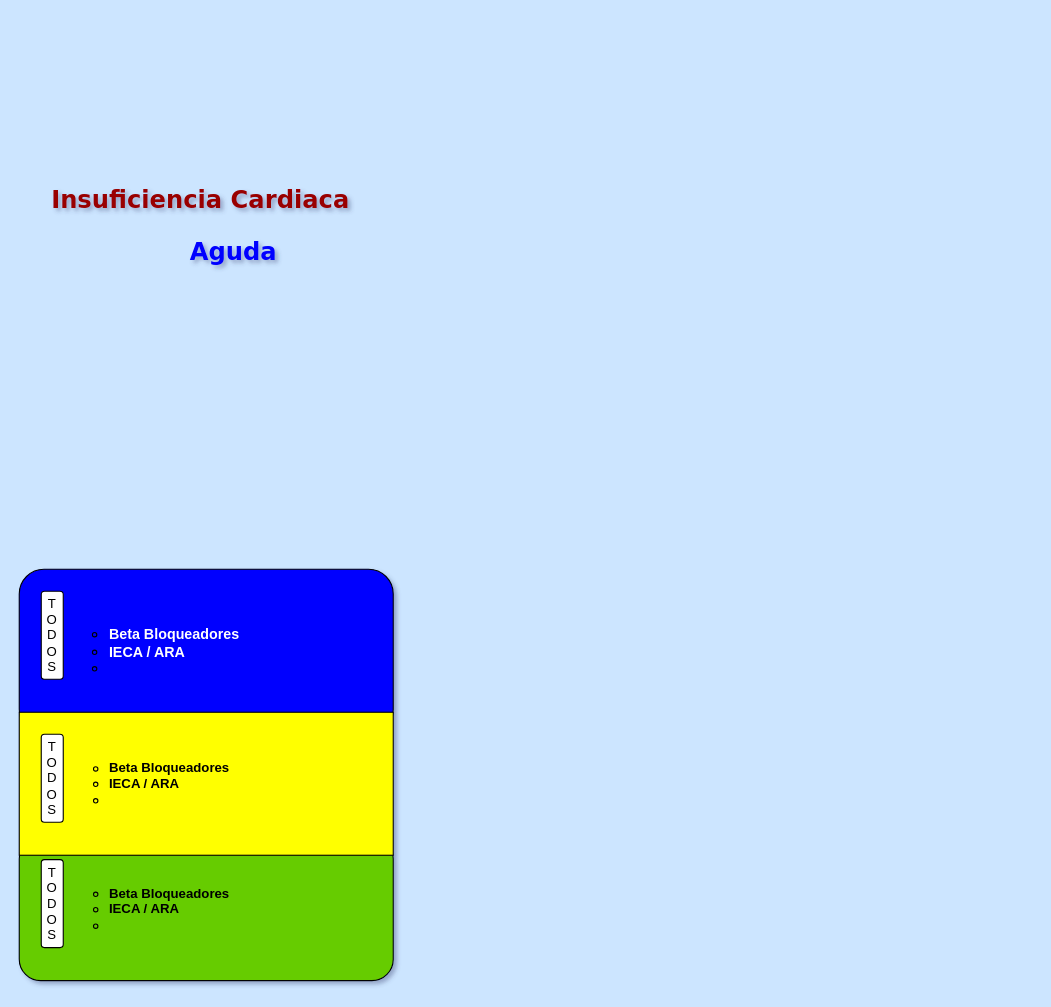
Earlier version of the draw.io diagram Cardio 2.drawio (Santicabal/Apuntes). Source tidied: cells renumbered, new cells numbered last; positions are measured from the earlier drawing's top-left corner, leaving out a move shared by most shapes. Both pictures are drawn from the tidied source at 110%, with x=0, y=0 at pixel (19, 184). Pictures stored in the file or linked from it are replaced by grey dashed boxes.
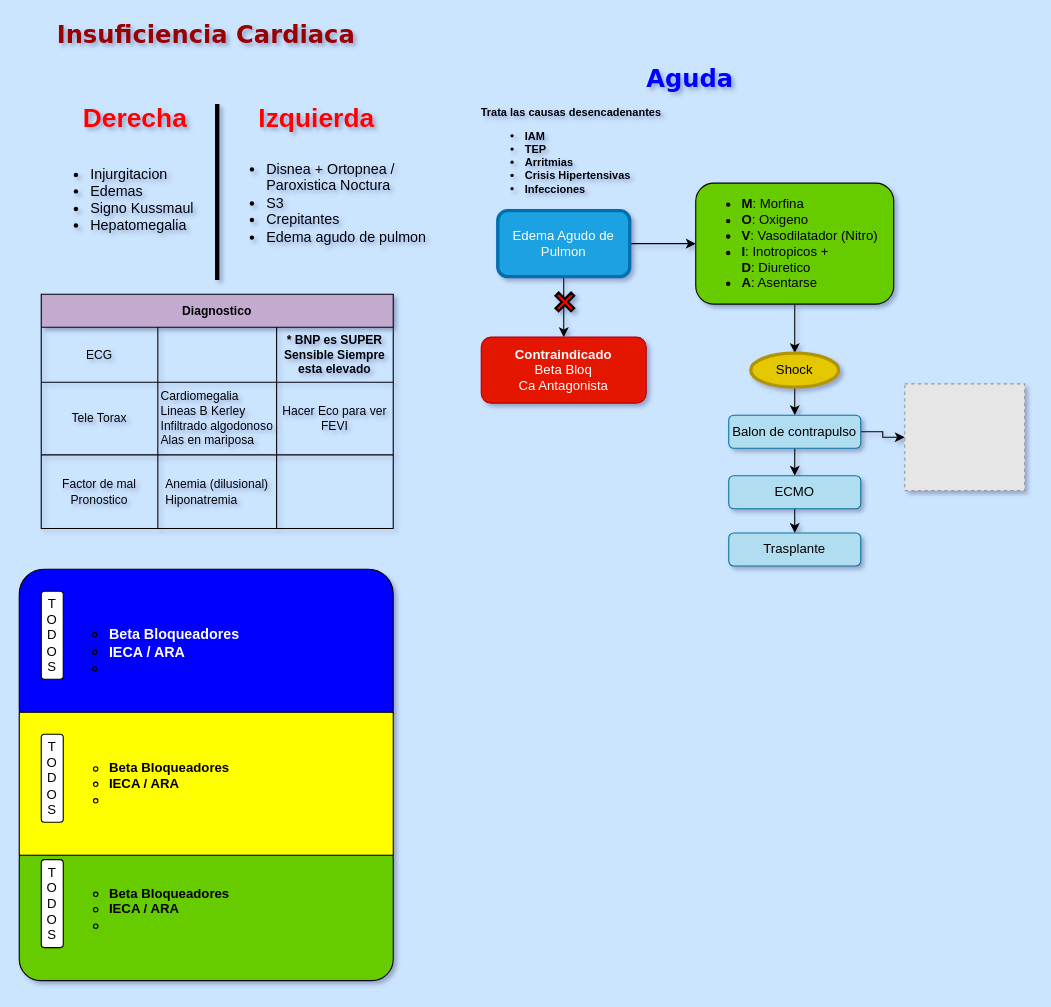
The same page after the edit.

What changed in the source:
```diff
@@
     <mxCell id="8" value="&lt;font color=&quot;#0000ff&quot;&gt;Aguda&lt;/font&gt;" style="text;html=1;strokeColor=none;fillColor=none;align=center;verticalAlign=middle;whiteSpace=wrap;rounded=0;fontFamily=Verdana;fontSize=22;fontStyle=1;fontColor=#990000;" parent="1" vertex="1">
-      <mxGeometry x="50" y="47" width="290" height="30" as="geometry" />
+      <mxGeometry x="465" y="-110" width="290" height="30" as="geometry" />
     </mxCell>
     <mxCell id="9" value="Insuficiencia Cardiaca" style="text;html=1;strokeColor=none;fillColor=none;align=center;verticalAlign=middle;whiteSpace=wrap;rounded=0;fontFamily=Verdana;fontSize=22;fontStyle=1;fontColor=#990000;" parent="1" vertex="1">
-      <mxGeometry x="20" width="290" height="30" as="geometry" />
+      <mxGeometry x="25" y="-150" width="290" height="30" as="geometry" />
     </mxCell>
+    <mxCell id="10" style="line;strokeWidth=4;direction=south;html=1;perimeter=backbonePerimeter;fontColor=#FF0000;" parent="1" vertex="1">
+      <mxGeometry x="175" y="-73" width="10" height="160" as="geometry" />
+    </mxCell>
+    <mxCell id="11" value="Izquierda" style="text;strokeColor=none;fillColor=none;html=1;fontSize=24;fontStyle=1;verticalAlign=middle;align=center;fontColor=#FF0000;" parent="1" vertex="1">
+      <mxGeometry x="220" y="-80" width="100" height="40" as="geometry" />
+    </mxCell>
+    <mxCell id="12" value="Derecha" style="text;strokeColor=none;fillColor=none;html=1;fontSize=24;fontStyle=1;verticalAlign=middle;align=center;fontColor=#FF0000;" parent="1" vertex="1">
+      <mxGeometry x="55" y="-80" width="100" height="40" as="geometry" />
+    </mxCell>
+    <mxCell id="13" value="&lt;ul style=&quot;font-size: 13px;&quot;&gt;&lt;li style=&quot;font-size: 13px;&quot;&gt;&lt;span style=&quot;background-color: initial; font-size: 13px;&quot;&gt;Injurgitacion&lt;/span&gt;&lt;/li&gt;&lt;li style=&quot;font-size: 13px;&quot;&gt;&lt;span style=&quot;background-color: initial; font-size: 13px;&quot;&gt;Edemas&lt;/span&gt;&lt;br style=&quot;font-size: 13px;&quot;&gt;&lt;/li&gt;&lt;li style=&quot;font-size: 13px;&quot;&gt;Signo Kussmaul&lt;/li&gt;&lt;li style=&quot;font-size: 13px;&quot;&gt;Hepatomegalia&lt;/li&gt;&lt;/ul&gt;" style="text;strokeColor=none;fillColor=none;html=1;whiteSpace=wrap;verticalAlign=middle;overflow=hidden;fontSize=13;spacing=0;spacingBottom=20;spacingTop=20;" parent="1" vertex="1">
+      <mxGeometry x="25" y="-50" width="150" height="120" as="geometry" />
+    </mxCell>
+    <mxCell id="14" value="&lt;ul style=&quot;font-size: 13px;&quot;&gt;&lt;li style=&quot;font-size: 13px;&quot;&gt;Disnea + Ortopnea / Paroxistica Noctura&lt;/li&gt;&lt;li style=&quot;font-size: 13px;&quot;&gt;S3&lt;/li&gt;&lt;li style=&quot;font-size: 13px;&quot;&gt;Crepitantes&lt;/li&gt;&lt;li style=&quot;font-size: 13px;&quot;&gt;Edema agudo de pulmon&lt;/li&gt;&lt;/ul&gt;" style="text;strokeColor=none;fillColor=none;html=1;whiteSpace=wrap;verticalAlign=middle;overflow=hidden;fontSize=13;spacing=0;spacingBottom=20;spacingTop=20;" parent="1" vertex="1">
+      <mxGeometry x="185" y="-55" width="200" height="130" as="geometry" />
+    </mxCell>
+    <mxCell id="15" value="Diagnostico" style="shape=table;startSize=30;childLayout=tableLayout;strokeColor=default;fontSize=11;fillColor=#C3ABD0;fontStyle=1;" parent="1" vertex="1">
+      <mxGeometry x="20" y="100" width="320" height="213" as="geometry" />
+    </mxCell>
+    <mxCell id="16" style="shape=tableRow;horizontal=0;startSize=0;swimlaneHead=0;swimlaneBody=0;strokeColor=inherit;top=0;left=0;bottom=0;right=0;fillColor=none;fontSize=11;" parent="15" vertex="1">
+      <mxGeometry y="30" width="320" height="50" as="geometry" />
+    </mxCell>
+    <mxCell id="17" value="ECG" style="shape=partialRectangle;html=1;whiteSpace=wrap;strokeColor=inherit;overflow=hidden;fillColor=none;top=0;left=0;bottom=0;right=0;fontSize=11;align=center;" parent="16" vertex="1">
+      <mxGeometry width="106" height="50" as="geometry" />
+    </mxCell>
+    <mxCell id="18" style="shape=partialRectangle;html=1;whiteSpace=wrap;strokeColor=inherit;overflow=hidden;fillColor=none;top=0;left=0;bottom=0;right=0;fontSize=11;" parent="16" vertex="1">
+      <mxGeometry x="106" width="108" height="50" as="geometry" />
+    </mxCell>
+    <mxCell id="19" value="&lt;b&gt;* BNP es SUPER Sensible Siempre esta elevado&lt;/b&gt;" style="shape=partialRectangle;html=1;whiteSpace=wrap;strokeColor=inherit;overflow=hidden;fillColor=none;top=0;left=0;bottom=0;right=0;fontSize=11;" parent="16" vertex="1">
+      <mxGeometry x="214" width="106" height="50" as="geometry" />
+    </mxCell>
+    <mxCell id="20" style="shape=tableRow;horizontal=0;startSize=0;swimlaneHead=0;swimlaneBody=0;strokeColor=inherit;top=0;left=0;bottom=0;right=0;fillColor=none;fontSize=11;" parent="15" vertex="1">
+      <mxGeometry y="80" width="320" height="66" as="geometry" />
+    </mxCell>
+    <mxCell id="21" value="Tele Torax" style="shape=partialRectangle;html=1;whiteSpace=wrap;strokeColor=inherit;overflow=hidden;fillColor=none;top=0;left=0;bottom=0;right=0;fontSize=11;align=center;" parent="20" vertex="1">
+      <mxGeometry width="106" height="66" as="geometry" />
+    </mxCell>
+    <mxCell id="22" value="&lt;div style=&quot;text-align: left;&quot;&gt;&lt;span style=&quot;background-color: initial;&quot;&gt;Cardiomegalia&lt;/span&gt;&lt;/div&gt;&lt;span style=&quot;background-color: initial;&quot;&gt;&lt;div style=&quot;text-align: left;&quot;&gt;&lt;span style=&quot;background-color: initial;&quot;&gt;Lineas B Kerley&lt;/span&gt;&lt;/div&gt;&lt;/span&gt;&lt;span style=&quot;background-color: initial;&quot;&gt;&lt;div style=&quot;text-align: left;&quot;&gt;&lt;span style=&quot;background-color: initial;&quot;&gt;Infiltrado algodonoso&lt;/span&gt;&lt;/div&gt;&lt;/span&gt;&lt;span style=&quot;background-color: initial;&quot;&gt;&lt;div style=&quot;text-align: left;&quot;&gt;&lt;span style=&quot;background-color: initial;&quot;&gt;Alas en mariposa&lt;/span&gt;&lt;/div&gt;&lt;/span&gt;" style="shape=partialRectangle;html=1;whiteSpace=wrap;strokeColor=inherit;overflow=hidden;fillColor=none;top=0;left=0;bottom=0;right=0;fontSize=11;" parent="20" vertex="1">
+      <mxGeometry x="106" width="108" height="66" as="geometry" />
+    </mxCell>
+    <mxCell id="23" value="Hacer Eco para ver FEVI" style="shape=partialRectangle;html=1;whiteSpace=wrap;strokeColor=inherit;overflow=hidden;fillColor=none;top=0;left=0;bottom=0;right=0;fontSize=11;" parent="20" vertex="1">
+      <mxGeometry x="214" width="106" height="66" as="geometry" />
+    </mxCell>
+    <mxCell id="24" style="shape=tableRow;horizontal=0;startSize=0;swimlaneHead=0;swimlaneBody=0;strokeColor=inherit;top=0;left=0;bottom=0;right=0;fillColor=none;fontSize=11;" parent="15" vertex="1">
+      <mxGeometry y="146" width="320" height="67" as="geometry" />
+    </mxCell>
+    <mxCell id="25" value="Factor de mal Pronostico" style="shape=partialRectangle;html=1;whiteSpace=wrap;strokeColor=inherit;overflow=hidden;fillColor=none;top=0;left=0;bottom=0;right=0;fontSize=11;" parent="24" vertex="1">
+      <mxGeometry width="106" height="67" as="geometry" />
+    </mxCell>
+    <mxCell id="26" value="Anemia (dilusional)&lt;br&gt;&lt;div style=&quot;text-align: left;&quot;&gt;&lt;span style=&quot;background-color: initial;&quot;&gt;Hiponatremia&lt;br&gt;&lt;/span&gt;&lt;/div&gt;" style="shape=partialRectangle;html=1;whiteSpace=wrap;strokeColor=inherit;overflow=hidden;fillColor=none;top=0;left=0;bottom=0;right=0;fontSize=11;" parent="24" vertex="1">
+      <mxGeometry x="106" width="108" height="67" as="geometry" />
+    </mxCell>
+    <mxCell id="27" style="shape=partialRectangle;html=1;whiteSpace=wrap;strokeColor=inherit;overflow=hidden;fillColor=none;top=0;left=0;bottom=0;right=0;fontSize=11;" parent="24" vertex="1">
+      <mxGeometry x="214" width="106" height="67" as="geometry" />
+    </mxCell>
+    <mxCell id="28" style="edgeStyle=orthogonalEdgeStyle;rounded=0;jettySize=auto;html=1;" parent="1" edge="1" source="30" target="32">
+      <mxGeometry relative="1" as="geometry" />
+    </mxCell>
+    <mxCell id="29" style="edgeStyle=orthogonalEdgeStyle;rounded=0;jettySize=auto;html=1;" parent="1" edge="1" source="30" target="33">
+      <mxGeometry relative="1" as="geometry" />
+    </mxCell>
+    <mxCell id="30" value="Edema Agudo de Pulmon" style="rounded=1;whiteSpace=wrap;html=1;strokeWidth=3;fillColor=#1ba1e2;fontColor=#ffffff;strokeColor=#006EAF;" parent="1" vertex="1">
+      <mxGeometry x="435" y="24" width="120" height="60" as="geometry" />
+    </mxCell>
+    <mxCell id="31" style="edgeStyle=orthogonalEdgeStyle;rounded=0;jettySize=auto;html=1;" parent="1" edge="1" source="32" target="36">
+      <mxGeometry relative="1" as="geometry" />
+    </mxCell>
+    <mxCell id="32" value="&lt;ul&gt;&lt;li&gt;&lt;b&gt;M&lt;/b&gt;: Morfina&lt;/li&gt;&lt;li&gt;&lt;b&gt;O&lt;/b&gt;: Oxigeno&lt;/li&gt;&lt;li&gt;&lt;b&gt;V&lt;/b&gt;: Vasodilatador (Nitro)&lt;/li&gt;&lt;li&gt;&lt;b&gt;I&lt;/b&gt;: Inotropicos +&lt;br&gt;&lt;div style=&quot;&quot;&gt;&lt;span style=&quot;background-color: initial;&quot;&gt;&lt;b&gt;D&lt;/b&gt;: Diuretico&lt;/span&gt;&lt;/div&gt;&lt;/li&gt;&lt;li&gt;&lt;div style=&quot;&quot;&gt;&lt;span style=&quot;background-color: initial;&quot;&gt;&lt;b&gt;A&lt;/b&gt;: Asentarse&lt;/span&gt;&lt;/div&gt;&lt;/li&gt;&lt;/ul&gt;" style="whiteSpace=wrap;html=1;rounded=1;align=left;fillColor=#66CC00;" parent="1" vertex="1">
+      <mxGeometry x="615" y="-1" width="180" height="110" as="geometry" />
+    </mxCell>
+    <mxCell id="33" value="&lt;b&gt;Contraindicado&lt;/b&gt;&lt;br&gt;Beta Bloq&lt;br&gt;Ca Antagonista" style="whiteSpace=wrap;html=1;rounded=1;fillColor=#e51400;fontColor=#ffffff;strokeColor=#B20000;" parent="1" vertex="1">
+      <mxGeometry x="420" y="139" width="150" height="60" as="geometry" />
+    </mxCell>
+    <mxCell id="34" style="shape=cross;whiteSpace=wrap;html=1;rotation=45;strokeWidth=2;fillColor=#FF0000;" parent="1" vertex="1">
+      <mxGeometry x="486" y="97" width="20" height="20" as="geometry" />
+    </mxCell>
+    <mxCell id="35" style="edgeStyle=orthogonalEdgeStyle;rounded=0;jettySize=auto;html=1;" parent="1" edge="1" source="36" target="40">
+      <mxGeometry relative="1" as="geometry" />
+    </mxCell>
+    <mxCell id="36" value="Shock" style="whiteSpace=wrap;html=1;align=center;rounded=1;shape=ellipse;perimeter=ellipsePerimeter;fillColor=#e3c800;fontColor=#000000;strokeColor=#B09500;strokeWidth=3;" parent="1" vertex="1">
+      <mxGeometry x="665" y="153.5" width="80" height="31" as="geometry" />
+    </mxCell>
+    <mxCell id="37" value="&lt;h1 style=&quot;font-size: 10px;&quot;&gt;Trata las causas desencadenantes&lt;br&gt;&lt;ul&gt;&lt;li&gt;IAM&lt;/li&gt;&lt;li&gt;TEP&lt;/li&gt;&lt;li&gt;Arritmias&lt;/li&gt;&lt;li&gt;Crisis Hipertensivas&lt;/li&gt;&lt;li&gt;Infecciones&lt;/li&gt;&lt;/ul&gt;&lt;/h1&gt;&lt;p&gt;&lt;br&gt;&lt;/p&gt;" style="text;html=1;strokeColor=none;fillColor=none;spacing=5;spacingTop=-20;whiteSpace=wrap;overflow=hidden;rounded=0;" parent="1" vertex="1">
+      <mxGeometry x="415" y="-68" width="180" height="80" as="geometry" />
+    </mxCell>
+    <mxCell id="38" style="edgeStyle=orthogonalEdgeStyle;rounded=0;jettySize=auto;html=1;" parent="1" edge="1" source="40" target="42">
+      <mxGeometry relative="1" as="geometry" />
+    </mxCell>
+    <mxCell id="39" style="edgeStyle=orthogonalEdgeStyle;rounded=0;jettySize=auto;html=1;entryX=0;entryY=0.5;entryDx=0;entryDy=0;" parent="1" edge="1" source="40" target="44">
+      <mxGeometry relative="1" as="geometry" />
+    </mxCell>
+    <mxCell id="40" value="Balon de contrapulso" style="whiteSpace=wrap;html=1;rounded=1;fillColor=#b1ddf0;strokeColor=#10739e;" parent="1" vertex="1">
+      <mxGeometry x="645" y="210" width="120" height="30" as="geometry" />
+    </mxCell>
+    <mxCell id="41" style="edgeStyle=orthogonalEdgeStyle;rounded=0;jettySize=auto;html=1;" parent="1" edge="1" source="42" target="43">
+      <mxGeometry relative="1" as="geometry" />
+    </mxCell>
+    <mxCell id="42" value="ECMO" style="whiteSpace=wrap;html=1;rounded=1;fillColor=#b1ddf0;strokeColor=#10739e;" parent="1" vertex="1">
+      <mxGeometry x="645" y="265" width="120" height="30" as="geometry" />
+    </mxCell>
+    <mxCell id="43" value="Trasplante" style="whiteSpace=wrap;html=1;rounded=1;fillColor=#b1ddf0;strokeColor=#10739e;" parent="1" vertex="1">
+      <mxGeometry x="645" y="317" width="120" height="30" as="geometry" />
+    </mxCell>
+    <mxCell id="44" style="fillColor=#E6E6E6;strokeColor=#999999;dashed=1;html=1;verticalLabelPosition=bottom;verticalAlign=top;" parent="1" vertex="1">
+      <mxGeometry x="805" y="181.5" width="109" height="97" as="geometry" />
+    </mxCell>
```
